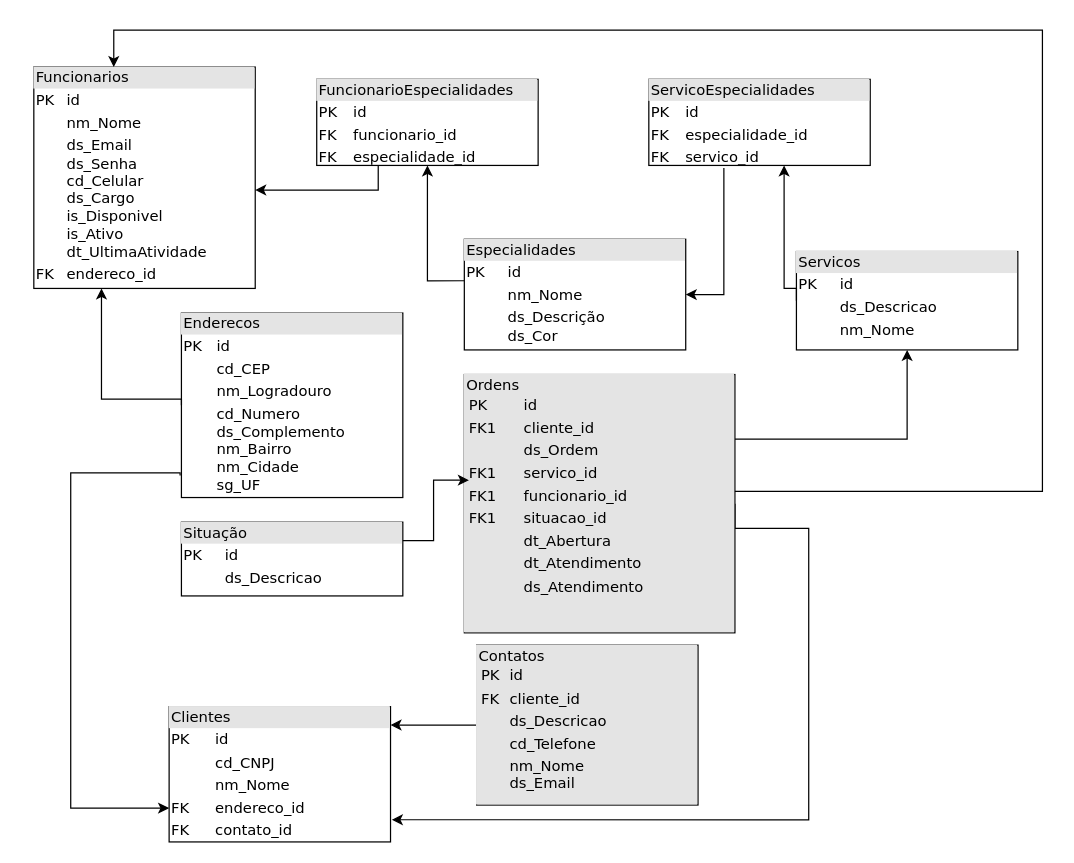
The draw.io diagram banco de dados.drawio in S-I-G-O-S/planejamento, before the edit. Source tidied: cells renumbered, new cells numbered last; positions are measured from the earlier drawing's top-left corner, leaving out a move shared by most shapes. Both pictures are drawn from the tidied source at 123%, with x=0, y=0 at pixel (33, 30).
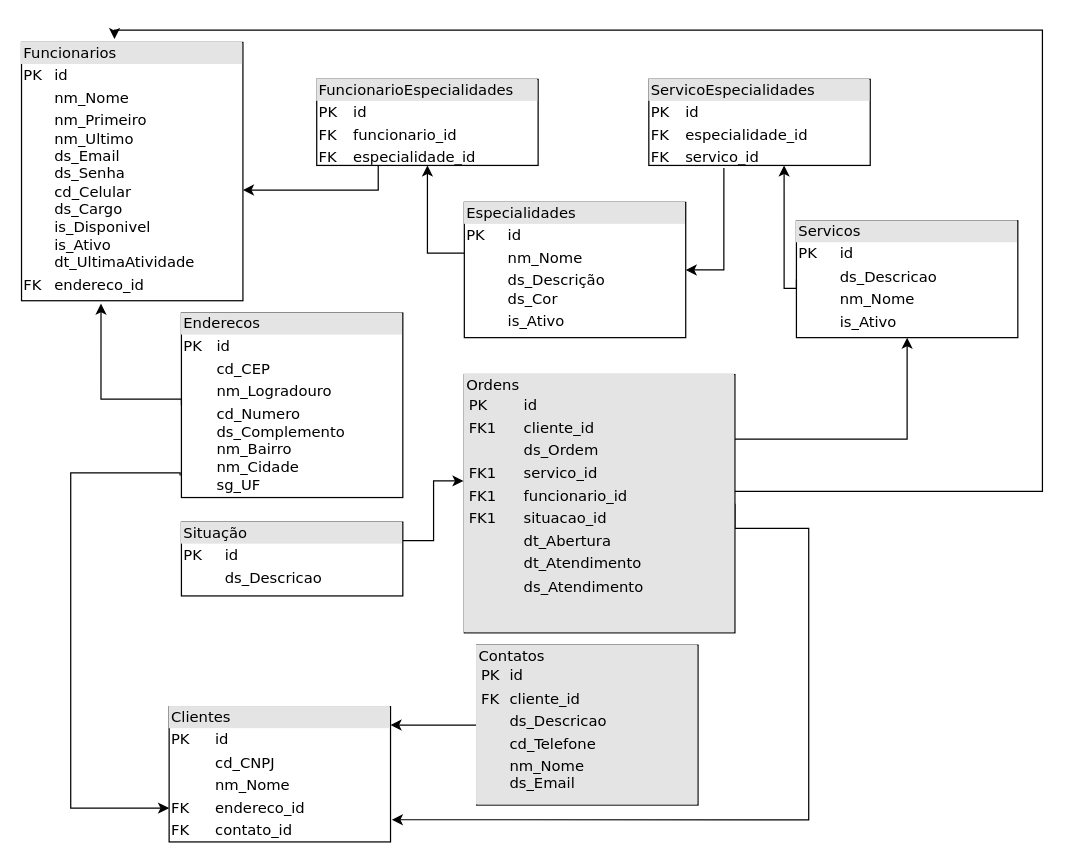
The same page after the edit.

The change refers to these unchanged cells:
```xml
<mxCell id="7" value="&lt;div style=&quot;box-sizing: border-box ; width: 100% ; background: #e4e4e4 ; padding: 2px&quot;&gt;Ordens&lt;table style=&quot;background-color: initial; font-size: 1em; width: 100%;&quot; cellpadding=&quot;2&quot; cellspacing=&quot;0&quot;&gt;&lt;tbody&gt;&lt;tr&gt;&lt;td&gt;PK&lt;/td&gt;&lt;td&gt;id&lt;/td&gt;&lt;/tr&gt;&lt;tr&gt;&lt;td&gt;FK1&lt;/td&gt;&lt;td&gt;cliente_id&lt;/td&gt;&lt;/tr&gt;&lt;tr&gt;&lt;td&gt;&lt;/td&gt;&lt;td&gt;ds_Ordem&lt;/td&gt;&lt;/tr&gt;&lt;tr&gt;&lt;td&gt;FK1&lt;br&gt;&lt;/td&gt;&lt;td&gt;servico_id&lt;br&gt;&lt;/td&gt;&lt;/tr&gt;&lt;tr&gt;&lt;td&gt;FK1&lt;br&gt;&lt;/td&gt;&lt;td&gt;funcionario_id&lt;br&gt;&lt;/td&gt;&lt;/tr&gt;&lt;tr&gt;&lt;td&gt;FK1&lt;br&gt;&lt;/td&gt;&lt;td&gt;situacao_id&lt;br&gt;&lt;/td&gt;&lt;/tr&gt;&lt;tr&gt;&lt;td&gt;&lt;br&gt;&lt;/td&gt;&lt;td&gt;dt_Abertura&lt;/td&gt;&lt;/tr&gt;&lt;tr&gt;&lt;td&gt;&lt;br&gt;&lt;/td&gt;&lt;td&gt;dt_Atendimento&lt;/td&gt;&lt;/tr&gt;&lt;tr&gt;&lt;td&gt;&lt;br&gt;&lt;/td&gt;&lt;td&gt;ds_Atendimento&lt;/td&gt;&lt;/tr&gt;&lt;tr&gt;&lt;td&gt;&lt;br&gt;&lt;/td&gt;&lt;td&gt;&lt;br&gt;&lt;/td&gt;&lt;/tr&gt;&lt;tr&gt;&lt;td&gt;&lt;br&gt;&lt;/td&gt;&lt;td&gt;&lt;br&gt;&lt;/td&gt;&lt;/tr&gt;&lt;tr&gt;&lt;td&gt;&lt;br&gt;&lt;/td&gt;&lt;td&gt;&lt;br&gt;&lt;/td&gt;&lt;/tr&gt;&lt;tr&gt;&lt;td&gt;&lt;br&gt;&lt;/td&gt;&lt;td&gt;&lt;br&gt;&lt;/td&gt;&lt;/tr&gt;&lt;tr&gt;&lt;td&gt;&lt;br&gt;&lt;/td&gt;&lt;td&gt;&lt;br&gt;&lt;/td&gt;&lt;/tr&gt;&lt;tr&gt;&lt;td&gt;&lt;br&gt;&lt;/td&gt;&lt;td&gt;&lt;br&gt;&lt;/td&gt;&lt;/tr&gt;&lt;tr&gt;&lt;td&gt;&lt;br&gt;&lt;/td&gt;&lt;td&gt;&lt;br&gt;&lt;/td&gt;&lt;/tr&gt;&lt;/tbody&gt;&lt;/table&gt;&lt;/div&gt;" style="verticalAlign=top;align=left;overflow=fill;html=1;rounded=0;shadow=0;comic=0;labelBackgroundColor=none;strokeWidth=1;fontFamily=Verdana;fontSize=12;" parent="1" vertex="1">
  <mxGeometry x="350" y="280" width="220" height="210" as="geometry" />
</mxCell>
<mxCell id="8" value="&lt;div style=&quot;box-sizing:border-box;width:100%;background:#e4e4e4;padding:2px;&quot;&gt;Situação&lt;/div&gt;&lt;table style=&quot;width:100%;font-size:1em;&quot; cellpadding=&quot;2&quot; cellspacing=&quot;0&quot;&gt;&lt;tbody&gt;&lt;tr&gt;&lt;td&gt;PK&lt;/td&gt;&lt;td&gt;id&lt;/td&gt;&lt;/tr&gt;&lt;tr&gt;&lt;td&gt;&lt;br&gt;&lt;/td&gt;&lt;td&gt;ds_Descricao&lt;/td&gt;&lt;/tr&gt;&lt;tr&gt;&lt;td&gt;&lt;/td&gt;&lt;td&gt;&lt;br&gt;&lt;/td&gt;&lt;/tr&gt;&lt;/tbody&gt;&lt;/table&gt;" style="verticalAlign=top;align=left;overflow=fill;html=1;rounded=0;shadow=0;comic=0;labelBackgroundColor=none;strokeWidth=1;fontFamily=Verdana;fontSize=12;" parent="1" vertex="1">
  <mxGeometry x="120" y="400" width="180" height="60" as="geometry" />
</mxCell>
<mxCell id="13" value="&lt;div style=&quot;box-sizing:border-box;width:100%;background:#e4e4e4;padding:2px;&quot;&gt;FuncionarioEspecialidades&lt;/div&gt;&lt;table style=&quot;width:100%;font-size:1em;&quot; cellpadding=&quot;2&quot; cellspacing=&quot;0&quot;&gt;&lt;tbody&gt;&lt;tr&gt;&lt;td&gt;PK&lt;/td&gt;&lt;td&gt;id&lt;/td&gt;&lt;/tr&gt;&lt;tr&gt;&lt;td&gt;FK&lt;/td&gt;&lt;td&gt;funcionario_id&lt;/td&gt;&lt;/tr&gt;&lt;tr&gt;&lt;td&gt;FK&lt;/td&gt;&lt;td&gt;especialidade_id&lt;/td&gt;&lt;/tr&gt;&lt;/tbody&gt;&lt;/table&gt;" style="verticalAlign=top;align=left;overflow=fill;html=1;rounded=0;shadow=0;comic=0;labelBackgroundColor=none;strokeWidth=1;fontFamily=Verdana;fontSize=12;" parent="1" vertex="1">
  <mxGeometry x="230" y="40" width="180" height="70" as="geometry" />
</mxCell>
<mxCell id="22" value="&lt;div style=&quot;box-sizing:border-box;width:100%;background:#e4e4e4;padding:2px;&quot;&gt;Enderecos&lt;/div&gt;&lt;table style=&quot;width:100%;font-size:1em;&quot; cellpadding=&quot;2&quot; cellspacing=&quot;0&quot;&gt;&lt;tbody&gt;&lt;tr&gt;&lt;td&gt;PK&lt;/td&gt;&lt;td&gt;id&lt;/td&gt;&lt;/tr&gt;&lt;tr&gt;&lt;td&gt;&lt;br&gt;&lt;/td&gt;&lt;td&gt;cd_CEP&lt;/td&gt;&lt;/tr&gt;&lt;tr&gt;&lt;td&gt;&lt;br&gt;&lt;/td&gt;&lt;td&gt;nm_Logradouro&lt;/td&gt;&lt;/tr&gt;&lt;tr&gt;&lt;td&gt;&lt;br&gt;&lt;/td&gt;&lt;td&gt;cd_Numero&lt;br&gt;ds_Complemento&lt;br&gt;nm_Bairro&lt;br&gt;nm_Cidade&lt;br&gt;sg_UF&lt;/td&gt;&lt;/tr&gt;&lt;tr&gt;&lt;td&gt;&lt;/td&gt;&lt;td&gt;&lt;br&gt;&lt;/td&gt;&lt;/tr&gt;&lt;/tbody&gt;&lt;/table&gt;" style="verticalAlign=top;align=left;overflow=fill;html=1;rounded=0;shadow=0;comic=0;labelBackgroundColor=none;strokeWidth=1;fontFamily=Verdana;fontSize=12;" parent="1" vertex="1">
  <mxGeometry x="120" y="230" width="180" height="150" as="geometry" />
</mxCell>
```

What changed in the source:
```diff
@@
-    <mxCell id="2" value="&lt;div style=&quot;box-sizing:border-box;width:100%;background:#e4e4e4;padding:2px;&quot;&gt;Funcionarios&lt;/div&gt;&lt;table style=&quot;width:100%;font-size:1em;&quot; cellpadding=&quot;2&quot; cellspacing=&quot;0&quot;&gt;&lt;tbody&gt;&lt;tr&gt;&lt;td&gt;PK&lt;/td&gt;&lt;td&gt;id&lt;br&gt;&lt;/td&gt;&lt;/tr&gt;&lt;tr&gt;&lt;td&gt;&lt;br&gt;&lt;/td&gt;&lt;td&gt;nm_Nome&lt;/td&gt;&lt;/tr&gt;&lt;tr&gt;&lt;td&gt;&lt;/td&gt;&lt;td&gt;ds_Email&lt;br&gt;ds_Senha&lt;br&gt;cd_Celular&lt;br&gt;ds_Cargo&lt;br&gt;is_Disponivel&lt;br&gt;is_Ativo&lt;br&gt;&lt;span style=&quot;background-color: rgb(255, 255, 255);&quot;&gt;dt_UltimaAtividade&lt;/span&gt;&lt;br style=&quot;background-color: rgb(255, 255, 255);&quot;&gt;&lt;/td&gt;&lt;/tr&gt;&lt;tr&gt;&lt;td&gt;FK&lt;/td&gt;&lt;td&gt;endereco_id&lt;br&gt;&lt;/td&gt;&lt;/tr&gt;&lt;/tbody&gt;&lt;/table&gt;" style="verticalAlign=top;align=left;overflow=fill;html=1;rounded=0;shadow=0;comic=0;labelBackgroundColor=none;strokeWidth=1;fontFamily=Verdana;fontSize=12;" parent="1" vertex="1">
-      <mxGeometry y="30" width="180" height="180" as="geometry" />
+    <mxCell id="2" value="&lt;div style=&quot;box-sizing:border-box;width:100%;background:#e4e4e4;padding:2px;&quot;&gt;Funcionarios&lt;/div&gt;&lt;table style=&quot;width:100%;font-size:1em;&quot; cellpadding=&quot;2&quot; cellspacing=&quot;0&quot;&gt;&lt;tbody&gt;&lt;tr&gt;&lt;td&gt;PK&lt;/td&gt;&lt;td&gt;id&lt;br&gt;&lt;/td&gt;&lt;/tr&gt;&lt;tr&gt;&lt;td&gt;&lt;br&gt;&lt;/td&gt;&lt;td&gt;nm_Nome&lt;/td&gt;&lt;/tr&gt;&lt;tr&gt;&lt;td&gt;&lt;/td&gt;&lt;td&gt;nm_Primeiro&lt;br&gt;nm_Ultimo&lt;br&gt;ds_Email&lt;br&gt;ds_Senha&lt;br&gt;cd_Celular&lt;br&gt;ds_Cargo&lt;br&gt;is_Disponivel&lt;br&gt;is_Ativo&lt;br&gt;&lt;span style=&quot;background-color: rgb(255, 255, 255);&quot;&gt;dt_UltimaAtividade&lt;/span&gt;&lt;br style=&quot;background-color: rgb(255, 255, 255);&quot;&gt;&lt;/td&gt;&lt;/tr&gt;&lt;tr&gt;&lt;td&gt;FK&lt;/td&gt;&lt;td&gt;endereco_id&lt;br&gt;&lt;/td&gt;&lt;/tr&gt;&lt;/tbody&gt;&lt;/table&gt;" style="verticalAlign=top;align=left;overflow=fill;html=1;rounded=0;shadow=0;comic=0;labelBackgroundColor=none;strokeWidth=1;fontFamily=Verdana;fontSize=12;" parent="1" vertex="1">
+      <mxGeometry x="-10" y="10" width="180" height="210" as="geometry" />
     </mxCell>
-    <mxCell id="3" value="&lt;div style=&quot;box-sizing: border-box ; width: 100% ; background: #e4e4e4 ; padding: 2px&quot;&gt;Especialidades&lt;/div&gt;&lt;table style=&quot;width: 100% ; font-size: 1em&quot; cellpadding=&quot;2&quot; cellspacing=&quot;0&quot;&gt;&lt;tbody&gt;&lt;tr&gt;&lt;td&gt;PK&lt;/td&gt;&lt;td&gt;id&lt;/td&gt;&lt;/tr&gt;&lt;tr&gt;&lt;td&gt;&lt;br&gt;&lt;/td&gt;&lt;td&gt;nm_Nome&lt;/td&gt;&lt;/tr&gt;&lt;tr&gt;&lt;td&gt;&lt;/td&gt;&lt;td&gt;ds_Descrição&lt;br&gt;&lt;span style=&quot;background-color: rgb(255, 255, 255);&quot;&gt;ds_Cor&lt;/span&gt;&lt;br&gt;&lt;/td&gt;&lt;/tr&gt;&lt;tr&gt;&lt;td&gt;&lt;/td&gt;&lt;td&gt;&lt;br&gt;&lt;/td&gt;&lt;/tr&gt;&lt;/tbody&gt;&lt;/table&gt;" style="verticalAlign=top;align=left;overflow=fill;html=1;rounded=0;shadow=0;comic=0;labelBackgroundColor=none;strokeWidth=1;fontFamily=Verdana;fontSize=12;" parent="1" vertex="1">
-      <mxGeometry x="350" y="170" width="180" height="90" as="geometry" />
+    <mxCell id="3" value="&lt;div style=&quot;box-sizing: border-box ; width: 100% ; background: #e4e4e4 ; padding: 2px&quot;&gt;Especialidades&lt;/div&gt;&lt;table style=&quot;width: 100% ; font-size: 1em&quot; cellpadding=&quot;2&quot; cellspacing=&quot;0&quot;&gt;&lt;tbody&gt;&lt;tr&gt;&lt;td&gt;PK&lt;/td&gt;&lt;td&gt;id&lt;/td&gt;&lt;/tr&gt;&lt;tr&gt;&lt;td&gt;&lt;br&gt;&lt;/td&gt;&lt;td&gt;nm_Nome&lt;/td&gt;&lt;/tr&gt;&lt;tr&gt;&lt;td&gt;&lt;/td&gt;&lt;td&gt;ds_Descrição&lt;br&gt;&lt;span style=&quot;background-color: rgb(255, 255, 255);&quot;&gt;ds_Cor&lt;/span&gt;&lt;br&gt;&lt;/td&gt;&lt;/tr&gt;&lt;tr&gt;&lt;td&gt;&lt;/td&gt;&lt;td&gt;is_Ativo&lt;/td&gt;&lt;/tr&gt;&lt;/tbody&gt;&lt;/table&gt;" style="verticalAlign=top;align=left;overflow=fill;html=1;rounded=0;shadow=0;comic=0;labelBackgroundColor=none;strokeWidth=1;fontFamily=Verdana;fontSize=12;" parent="1" vertex="1">
+      <mxGeometry x="350" y="140" width="180" height="110" as="geometry" />
     </mxCell>
@@
-    <mxCell id="10" value="&lt;div style=&quot;box-sizing:border-box;width:100%;background:#e4e4e4;padding:2px;&quot;&gt;Servicos&lt;/div&gt;&lt;table style=&quot;width:100%;font-size:1em;&quot; cellpadding=&quot;2&quot; cellspacing=&quot;0&quot;&gt;&lt;tbody&gt;&lt;tr&gt;&lt;td&gt;PK&lt;/td&gt;&lt;td&gt;id&lt;/td&gt;&lt;/tr&gt;&lt;tr&gt;&lt;td&gt;&lt;br&gt;&lt;/td&gt;&lt;td&gt;ds_Descricao&lt;/td&gt;&lt;/tr&gt;&lt;tr&gt;&lt;td&gt;&lt;br&gt;&lt;/td&gt;&lt;td&gt;nm_Nome&lt;/td&gt;&lt;/tr&gt;&lt;/tbody&gt;&lt;/table&gt;" style="verticalAlign=top;align=left;overflow=fill;html=1;rounded=0;shadow=0;comic=0;labelBackgroundColor=none;strokeWidth=1;fontFamily=Verdana;fontSize=12;" parent="1" vertex="1">
-      <mxGeometry x="620" y="180" width="180" height="80" as="geometry" />
+    <mxCell id="10" value="&lt;div style=&quot;box-sizing:border-box;width:100%;background:#e4e4e4;padding:2px;&quot;&gt;Servicos&lt;/div&gt;&lt;table style=&quot;width:100%;font-size:1em;&quot; cellpadding=&quot;2&quot; cellspacing=&quot;0&quot;&gt;&lt;tbody&gt;&lt;tr&gt;&lt;td&gt;PK&lt;/td&gt;&lt;td&gt;id&lt;/td&gt;&lt;/tr&gt;&lt;tr&gt;&lt;td&gt;&lt;br&gt;&lt;/td&gt;&lt;td&gt;ds_Descricao&lt;/td&gt;&lt;/tr&gt;&lt;tr&gt;&lt;td&gt;&lt;br&gt;&lt;/td&gt;&lt;td&gt;nm_Nome&lt;/td&gt;&lt;/tr&gt;&lt;tr&gt;&lt;td&gt;&lt;br&gt;&lt;/td&gt;&lt;td&gt;is_Ativo&lt;/td&gt;&lt;/tr&gt;&lt;/tbody&gt;&lt;/table&gt;" style="verticalAlign=top;align=left;overflow=fill;html=1;rounded=0;shadow=0;comic=0;labelBackgroundColor=none;strokeWidth=1;fontFamily=Verdana;fontSize=12;" parent="1" vertex="1">
+      <mxGeometry x="620" y="155" width="180" height="95" as="geometry" />
     </mxCell>
@@
     <mxCell id="12" style="edgeStyle=orthogonalEdgeStyle;rounded=0;jettySize=auto;html=1;exitX=0.25;exitY=1;exitDx=0;exitDy=0;" parent="1" edge="1" source="13">
       <mxGeometry relative="1" as="geometry">
-        <mxPoint x="180" y="130" as="targetPoint" />
+        <mxPoint x="170" y="130" as="targetPoint" />
         <Array as="points">
           <mxPoint x="280" y="110" />
           <mxPoint x="280" y="130" />
         </Array>
       </mxGeometry>
     </mxCell>
@@
-    <mxCell id="17" style="edgeStyle=orthogonalEdgeStyle;rounded=0;jettySize=auto;html=1;exitX=1;exitY=0.25;exitDx=0;exitDy=0;entryX=0.017;entryY=0.409;entryDx=0;entryDy=0;entryPerimeter=0;" parent="1" edge="1" source="8" target="7">
+    <mxCell id="17" style="edgeStyle=orthogonalEdgeStyle;rounded=0;jettySize=auto;html=1;exitX=1;exitY=0.25;exitDx=0;exitDy=0;entryX=-0.003;entryY=0.412;entryDx=0;entryDy=0;entryPerimeter=0;" parent="1" edge="1" source="8" target="7">
       <mxGeometry relative="1" as="geometry" />
     </mxCell>
-    <mxCell id="18" style="edgeStyle=orthogonalEdgeStyle;rounded=0;orthogonalLoop=1;jettySize=auto;html=1;" parent="1" edge="1">
+    <mxCell id="18" style="edgeStyle=orthogonalEdgeStyle;rounded=0;jettySize=auto;html=1;entryX=0.42;entryY=-0.013;entryDx=0;entryDy=0;entryPerimeter=0;" parent="1" edge="1" target="2">
       <mxGeometry relative="1" as="geometry">
         <mxPoint x="570" y="375" as="sourcePoint" />
-        <mxPoint x="65" y="30" as="targetPoint" />
         <Array as="points">
           <mxPoint x="820" y="375" />
           <mxPoint x="820" />
-          <mxPoint x="65" />
+          <mxPoint x="66" />
         </Array>
       </mxGeometry>
     </mxCell>
@@
-    <mxCell id="23" style="edgeStyle=orthogonalEdgeStyle;rounded=0;jettySize=auto;html=1;exitX=0;exitY=0.5;exitDx=0;exitDy=0;" parent="1" edge="1" source="22">
+    <mxCell id="23" style="edgeStyle=orthogonalEdgeStyle;rounded=0;jettySize=auto;html=1;exitX=0;exitY=0.5;exitDx=0;exitDy=0;entryX=0.359;entryY=1.011;entryDx=0;entryDy=0;entryPerimeter=0;" parent="1" edge="1" source="22" target="2">
       <mxGeometry relative="1" as="geometry">
-        <mxPoint x="55" y="210" as="targetPoint" />
         <Array as="points">
           <mxPoint x="120" y="300" />
           <mxPoint x="55" y="300" />
         </Array>
       </mxGeometry>
     </mxCell>
```
